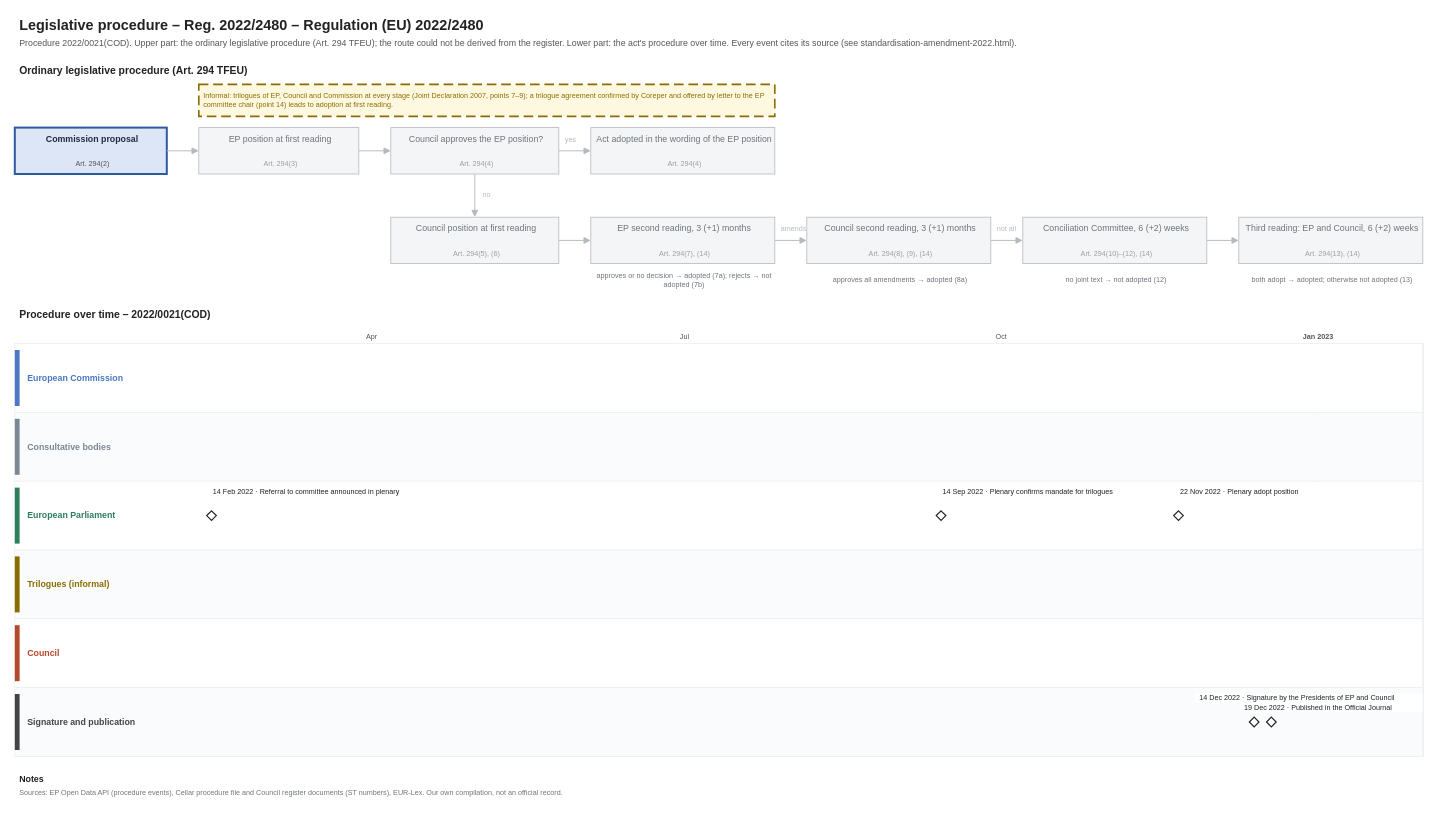
Above: procedures/standardisation-amendment-2022.drawio in git-z0man/eu-regulation-timeline (draw.io), before the change. Source tidied: cells renumbered, new cells numbered last; positions are measured from the earlier drawing's top-left corner, leaving out a move shared by most shapes. Both pictures are drawn from the tidied source at 80%, with x=0, y=0 at pixel (14, 14).
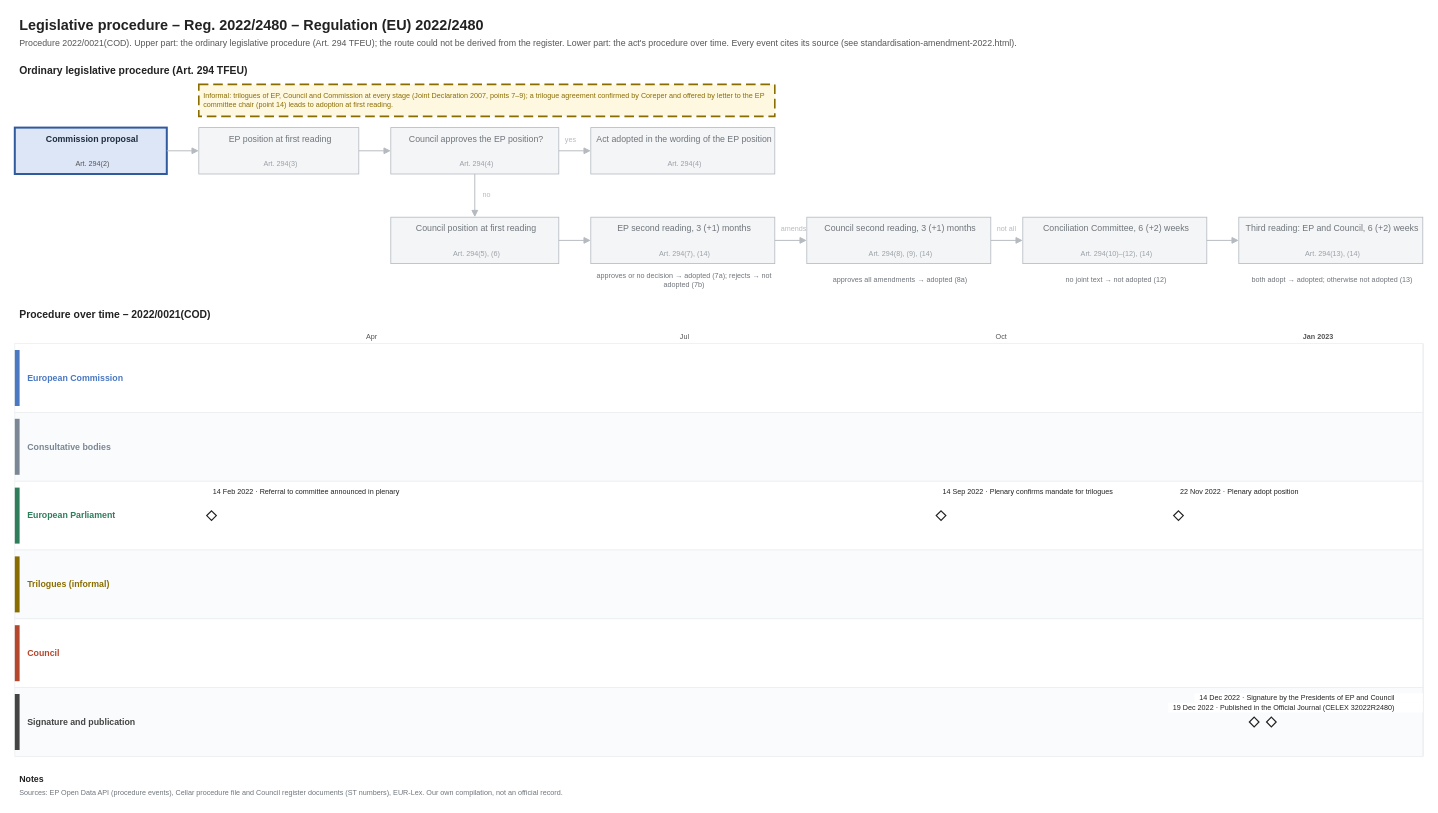
The same page after the edit.

The edit, as a diff of the source:
```diff
@@
-    <mxCell id="95" value="19 Dec 2022 · Published in the Official Journal" style="text;html=1;fontSize=9;fontColor=#222222;align=left;verticalAlign=middle;spacingLeft=4;fillColor=#ffffff;" parent="1" vertex="1">
-      <mxGeometry x="1531.1" y="861" width="228.9" height="12" as="geometry" />
+    <mxCell id="95" value="19 Dec 2022 · Published in the Official Journal (CELEX 32022R2480)" style="text;html=1;fontSize=9;fontColor=#222222;align=left;verticalAlign=middle;spacingLeft=4;fillColor=#ffffff;" parent="1" vertex="1">
+      <mxGeometry x="1441.8" y="861" width="318.2" height="12" as="geometry" />
     </mxCell>
```
